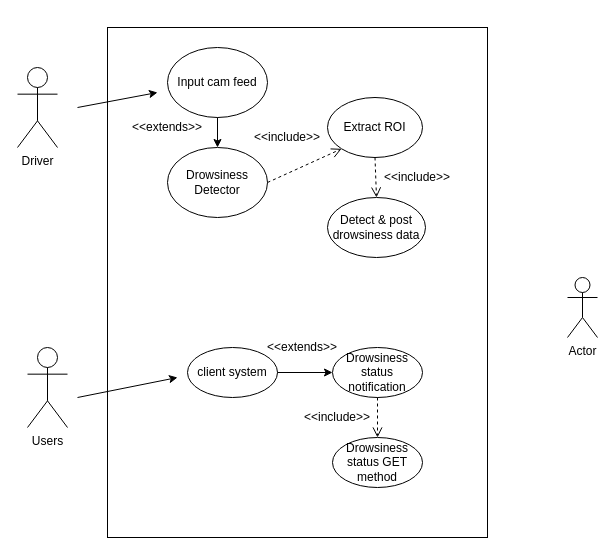
This is UseCAse.drawio from jonamadk/DrawIO, a draw.io file, before an edit. Source tidied: cells renumbered, new cells numbered last; positions are measured from the earlier drawing's top-left corner, leaving out a move shared by most shapes. Both pictures are drawn from the tidied source at 100%, with x=0, y=0 at pixel (17, 27).
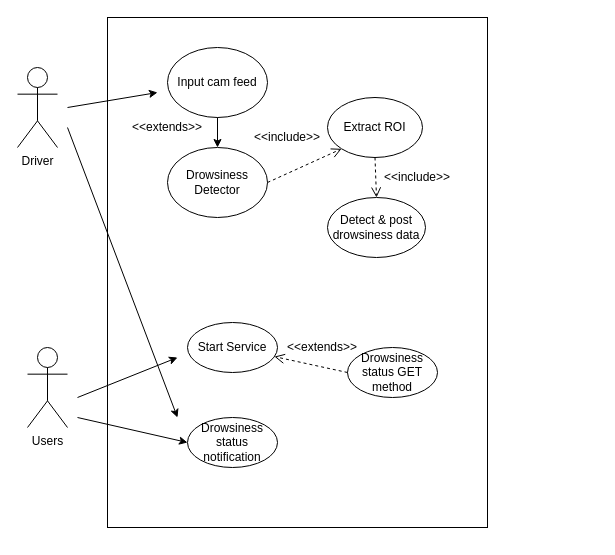
The same diagram, later.

The edit, as a diff of the source:
```diff
@@
     <mxCell id="2" style="whiteSpace=wrap;html=1;" parent="1" vertex="1">
-      <mxGeometry x="90" width="380" height="510" as="geometry" />
+      <mxGeometry x="90" y="-10" width="380" height="510" as="geometry" />
     </mxCell>
-    <mxCell id="3" value="Actor" style="shape=umlActor;verticalLabelPosition=bottom;verticalAlign=top;html=1;" parent="1" vertex="1">
-      <mxGeometry x="550" y="250" width="30" height="60" as="geometry" />
-    </mxCell>
@@
     <mxCell id="5" style="endArrow=classic;html=1;" parent="1" edge="1">
       <mxGeometry relative="1" as="geometry">
-        <mxPoint x="60" y="80" as="sourcePoint" />
+        <mxPoint x="50" y="80" as="sourcePoint" />
         <mxPoint x="140" y="65" as="targetPoint" />
       </mxGeometry>
     </mxCell>
@@
-    <mxCell id="16" value="client system" style="ellipse;whiteSpace=wrap;html=1;rounded=0;sketch=0;" parent="1" vertex="1">
-      <mxGeometry x="170" y="320" width="90" height="50" as="geometry" />
+    <mxCell id="16" value="Start Service" style="ellipse;whiteSpace=wrap;html=1;rounded=0;sketch=0;" parent="1" vertex="1">
+      <mxGeometry x="170" y="295" width="90" height="50" as="geometry" />
     </mxCell>
@@
     <mxCell id="18" style="endArrow=classic;html=1;" parent="1" edge="1">
       <mxGeometry relative="1" as="geometry">
         <mxPoint x="60" y="370" as="sourcePoint" />
-        <mxPoint x="160" y="350" as="targetPoint" />
+        <mxPoint x="160" y="330" as="targetPoint" />
       </mxGeometry>
     </mxCell>
     <mxCell id="19" value="Drowsiness status notification" style="ellipse;whiteSpace=wrap;html=1;rounded=0;sketch=0;" parent="1" vertex="1">
-      <mxGeometry x="315" y="320" width="90" height="50" as="geometry" />
+      <mxGeometry x="170" y="390" width="90" height="50" as="geometry" />
     </mxCell>
-    <mxCell id="20" style="endArrow=classic;html=1;entryX=0;entryY=0.5;entryDx=0;entryDy=0;exitX=1;exitY=0.5;exitDx=0;exitDy=0;" parent="1" edge="1" source="16" target="19">
-      <mxGeometry relative="1" as="geometry" />
-    </mxCell>
+    <mxCell id="22" value="Drowsiness status GET method" style="ellipse;whiteSpace=wrap;html=1;rounded=0;sketch=0;" parent="1" vertex="1">
+      <mxGeometry x="330" y="320" width="90" height="50" as="geometry" />
+    </mxCell>
+    <mxCell id="25" style="endArrow=classic;html=1;entryX=0;entryY=0.5;entryDx=0;entryDy=0;" parent="1" edge="1" target="19">
+      <mxGeometry relative="1" as="geometry">
+        <mxPoint x="60" y="390" as="sourcePoint" />
+      </mxGeometry>
+    </mxCell>
+    <mxCell id="26" value="&lt;br&gt;" style="html=1;verticalAlign=bottom;endArrow=open;dashed=1;endSize=8;exitX=0;exitY=0.5;exitDx=0;exitDy=0;" parent="1" edge="1" source="22" target="16">
+      <mxGeometry relative="1" as="geometry" />
+    </mxCell>
     <mxCell id="21" value="&amp;lt;&amp;lt;extends&amp;gt;&amp;gt;" style="text;html=1;strokeColor=none;fillColor=none;align=center;verticalAlign=middle;whiteSpace=wrap;" parent="1" vertex="1">
-      <mxGeometry x="265" y="280" width="40" height="80" as="geometry" />
+      <mxGeometry x="285" y="310" width="40" height="20" as="geometry" />
     </mxCell>
-    <mxCell id="22" value="Drowsiness status GET method" style="ellipse;whiteSpace=wrap;html=1;rounded=0;sketch=0;" parent="1" vertex="1">
-      <mxGeometry x="315" y="410" width="90" height="50" as="geometry" />
-    </mxCell>
-    <mxCell id="23" value="&lt;br&gt;" style="html=1;verticalAlign=bottom;endArrow=open;dashed=1;endSize=8;entryX=0.5;entryY=0;entryDx=0;entryDy=0;exitX=0.5;exitY=1;exitDx=0;exitDy=0;" parent="1" edge="1" source="19" target="22">
-      <mxGeometry relative="1" as="geometry" />
-    </mxCell>
-    <mxCell id="24" value="&amp;lt;&amp;lt;include&amp;gt;&amp;gt;" style="text;html=1;strokeColor=none;fillColor=none;align=center;verticalAlign=middle;whiteSpace=wrap;rounded=0;sketch=0;" parent="1" vertex="1">
-      <mxGeometry x="300" y="380" width="40" height="20" as="geometry" />
-    </mxCell>
+    <mxCell id="27" style="endArrow=classic;html=1;" parent="1" edge="1">
+      <mxGeometry relative="1" as="geometry">
+        <mxPoint x="50" y="100" as="sourcePoint" />
+        <mxPoint x="160" y="390" as="targetPoint" />
+      </mxGeometry>
+    </mxCell>
```
